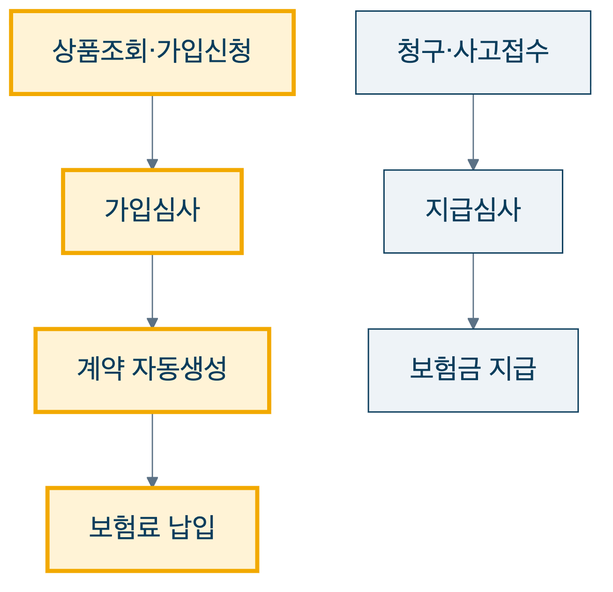
Above: docs/presentation/diagrams/uc-map.png in heyoonyoon/distributed-programming (Mermaid), before the change. Its source is kept beside it as docs/presentation/diagrams/uc-map.mmd. Its diagram source:
```mermaid
flowchart TB
  a1["상품조회·가입신청"]:::demo
  a3["청구·사고접수"]
  a2["보험료 납입"]:::demo
  b1["가입심사"]:::demo
  b2["지급심사"]
  c1["계약 자동생성"]:::demo
  c2["보험금 지급"]
  a1 --> b1 --> c1 --> a2
  a3 --> b2 --> c2
  classDef demo fill:#fff3d6,stroke:#f2a900,stroke-width:3px,color:#0b3d5c;
  classDef norm fill:#eef3f7,stroke:#0b3d5c,color:#0b3d5c;
  class a3,b2,c2 norm;
```
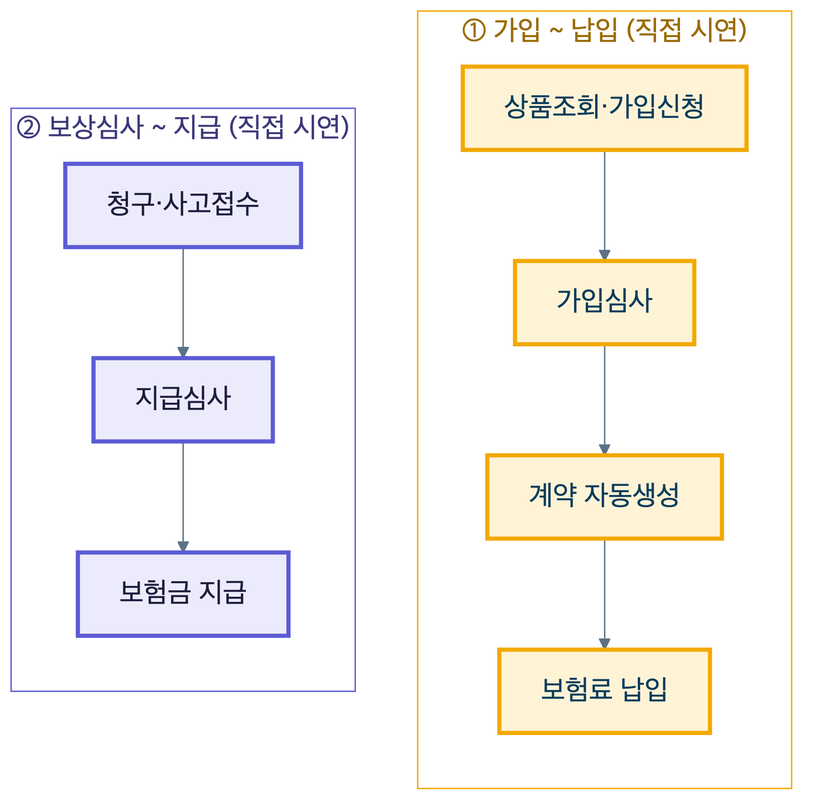
Above is the later version.

Commit message:
발표 유스케이스: '내가 시연하는 부분' 프레이밍 + 보상심사/지급(2순위) 경로도 직접 시연으로 표시(색 구분)

Diff of the diagram source:
```diff
@@ -1,13 +1,20 @@
 flowchart TB
-  a1["상품조회·가입신청"]:::demo
-  a3["청구·사고접수"]
-  a2["보험료 납입"]:::demo
-  b1["가입심사"]:::demo
-  b2["지급심사"]
-  c1["계약 자동생성"]:::demo
-  c2["보험금 지급"]
-  a1 --> b1 --> c1 --> a2
-  a3 --> b2 --> c2
-  classDef demo fill:#fff3d6,stroke:#f2a900,stroke-width:3px,color:#0b3d5c;
-  classDef norm fill:#eef3f7,stroke:#0b3d5c,color:#0b3d5c;
-  class a3,b2,c2 norm;
+  subgraph S1["① 가입 ~ 납입  (직접 시연)"]
+    direction TB
+    a1["상품조회·가입신청"]:::demo1
+    b1["가입심사"]:::demo1
+    c1["계약 자동생성"]:::demo1
+    a2["보험료 납입"]:::demo1
+    a1 --> b1 --> c1 --> a2
+  end
+  subgraph S2["② 보상심사 ~ 지급  (직접 시연)"]
+    direction TB
+    a3["청구·사고접수"]:::demo2
+    b2["지급심사"]:::demo2
+    c2["보험금 지급"]:::demo2
+    a3 --> b2 --> c2
+  end
+  classDef demo1 fill:#fff3d6,stroke:#f2a900,stroke-width:3px,color:#0b3d5c;
+  classDef demo2 fill:#ecebfb,stroke:#5b5bd6,stroke-width:3px,color:#1f1d3d;
+  style S1 fill:#ffffff,stroke:#f2a900,stroke-width:1px,color:#9a6b00;
+  style S2 fill:#ffffff,stroke:#5b5bd6,stroke-width:1px,color:#3d3a7a;
```
